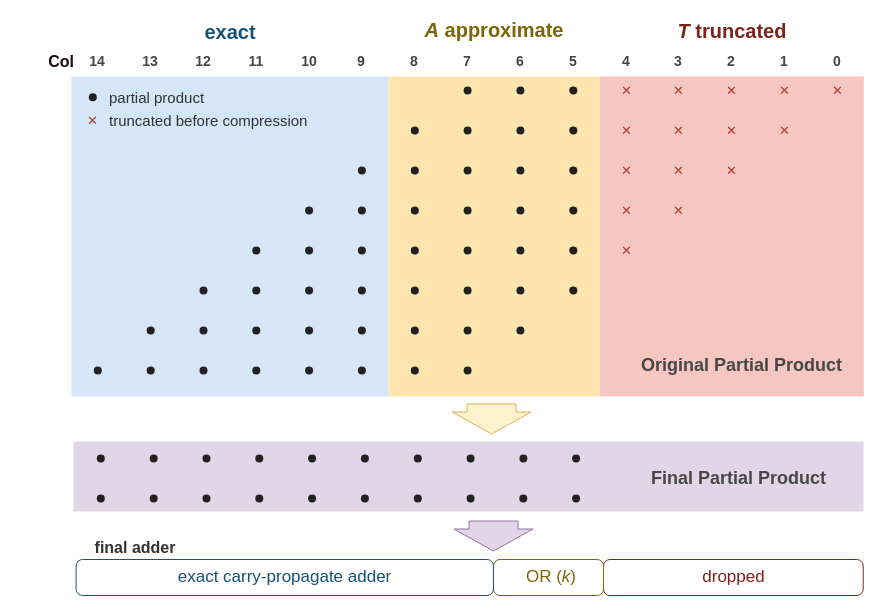
Before: paper/figs/template.drawio in yaoss96/Approx-LG, a draw.io diagram. Source tidied: cells renumbered, new cells numbered last; positions are measured from the earlier drawing's top-left corner, leaving out a move shared by most shapes. Both pictures are drawn from the tidied source at 100%, with x=0, y=0 at pixel (16, 22).
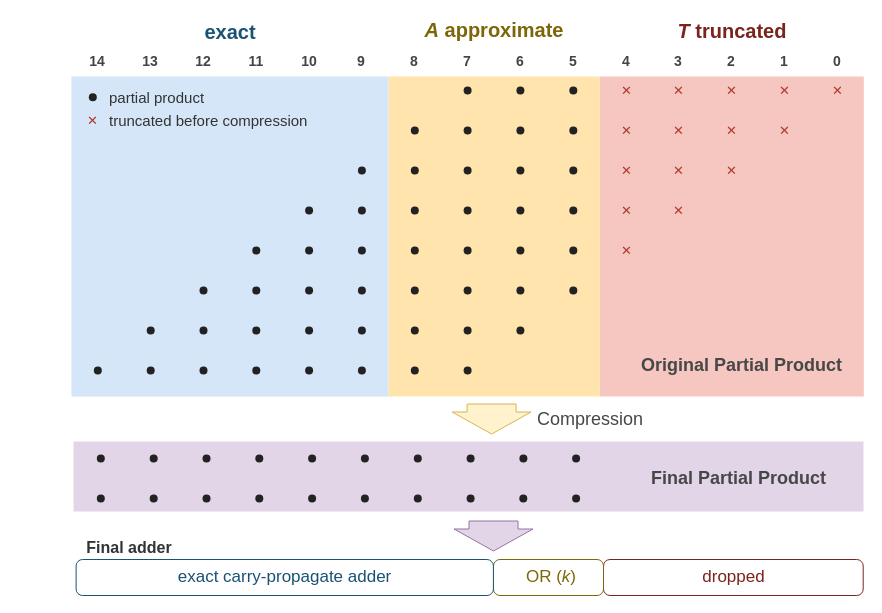
After the change.

Change to the diagram source:
```diff
@@
-    <mxCell id="70" value="final adder" style="text;html=1;strokeColor=none;fillColor=none;align=center;verticalAlign=middle;whiteSpace=wrap;fontSize=16;fontColor=#333333;fontStyle=1;" parent="1" vertex="1">
-      <mxGeometry x="61.2" y="505" width="115.8" height="40" as="geometry" />
+    <mxCell id="70" value="Final adder" style="text;html=1;strokeColor=none;fillColor=none;align=center;verticalAlign=middle;whiteSpace=wrap;fontSize=16;fontColor=#333333;fontStyle=1;" parent="1" vertex="1">
+      <mxGeometry x="55.2" y="505" width="115.8" height="40" as="geometry" />
     </mxCell>
@@
-    <mxCell id="89" value="Col" style="text;html=1;strokeColor=none;fillColor=none;align=right;verticalAlign=top;whiteSpace=wrap;fontSize=16;fontColor=light-dark(#180c0c, #787878);fontStyle=1;" parent="1" vertex="1">
-      <mxGeometry x="0.3" y="23" width="60" height="16" as="geometry" />
-    </mxCell>
@@
+    <mxCell id="124" value="Compression" style="text;html=1;strokeColor=none;fillColor=none;align=right;verticalAlign=top;whiteSpace=wrap;fontSize=18;fontColor=#474747;fontStyle=0;" parent="1" vertex="1">
+      <mxGeometry x="495.2" y="380" width="133.8" height="30" as="geometry" />
+    </mxCell>
```
